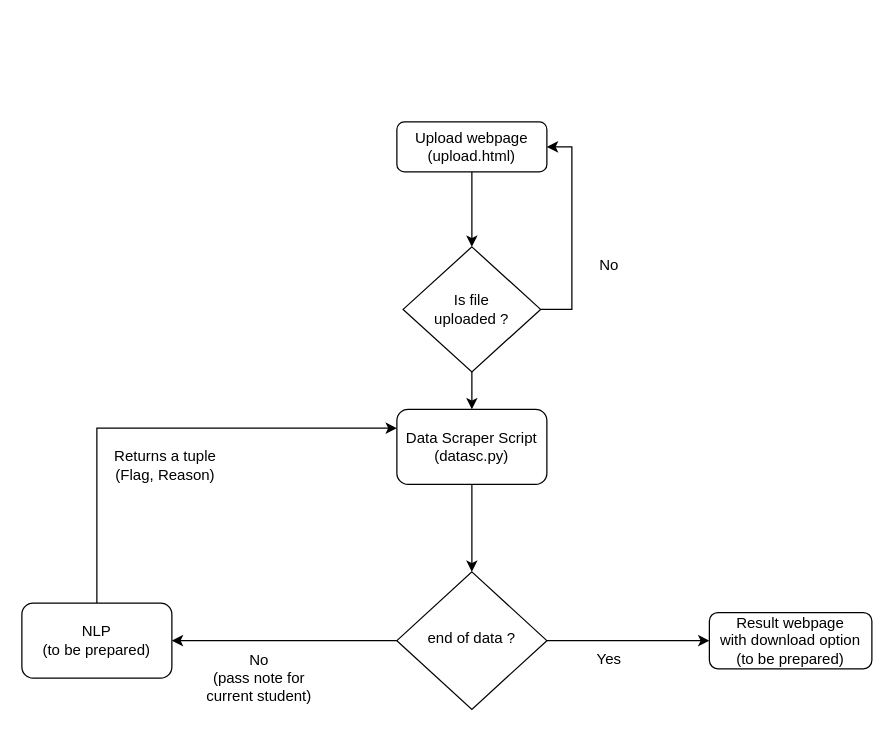
Above: Untitled Diagram.drawio in tirth2000p/pandas (draw.io), before the change. Source tidied: cells renumbered, new cells numbered last; positions are measured from the earlier drawing's top-left corner, leaving out a move shared by most shapes. Both pictures are drawn from the tidied source at 125%, with x=0, y=0 at pixel (21, 121).
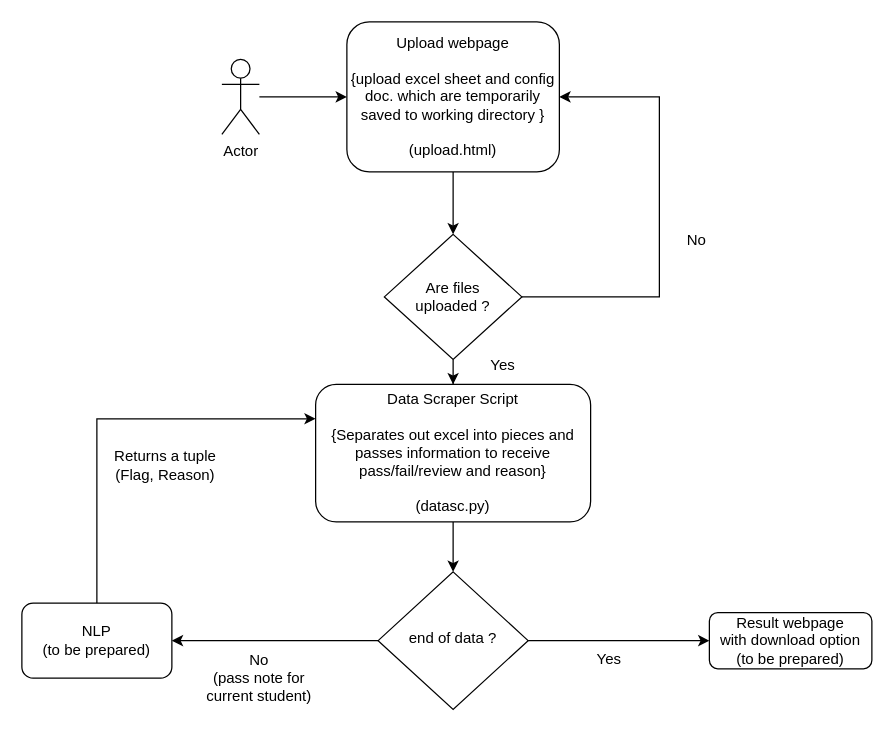
The same page after the edit.

The change refers to these unchanged cells:
```xml
<mxCell id="16" value="NLP&lt;br&gt;(to be prepared)" style="rounded=1;whiteSpace=wrap;html=1;" parent="1" vertex="1">
  <mxGeometry y="385" width="120" height="60" as="geometry" />
</mxCell>
```

The edit, as a diff of the source:
```diff
@@
-    <mxCell id="3" value="Upload webpage&lt;br&gt;(upload.html)" style="rounded=1;whiteSpace=wrap;html=1;fontSize=12;glass=0;strokeWidth=1;shadow=0;" parent="1" vertex="1">
-      <mxGeometry x="300" width="120" height="40" as="geometry" />
+    <mxCell id="3" value="Upload webpage&lt;br&gt;&lt;br&gt;{upload excel sheet and config doc. which are temporarily saved to working directory }&lt;br&gt;&lt;br&gt;(upload.html)" style="rounded=1;whiteSpace=wrap;html=1;fontSize=12;glass=0;strokeWidth=1;shadow=0;" parent="1" vertex="1">
+      <mxGeometry x="260" y="-80" width="170" height="120" as="geometry" />
     </mxCell>
@@
     <mxCell id="6" value="end of data ?" style="rhombus;whiteSpace=wrap;html=1;shadow=0;fontFamily=Helvetica;fontSize=12;align=center;strokeWidth=1;spacing=6;spacingTop=-4;" parent="1" vertex="1">
-      <mxGeometry x="300" y="360" width="120" height="110" as="geometry" />
+      <mxGeometry x="285" y="360" width="120" height="110" as="geometry" />
     </mxCell>
@@
+    <mxCell id="9" style="edgeStyle=orthogonalEdgeStyle;rounded=0;jettySize=auto;html=1;entryX=0.5;entryY=0;entryDx=0;entryDy=0;" parent="1" edge="1" source="10" target="13">
+      <mxGeometry relative="1" as="geometry" />
+    </mxCell>
     <mxCell id="8" style="edgeStyle=orthogonalEdgeStyle;rounded=0;jettySize=auto;html=1;entryX=1;entryY=0.5;entryDx=0;entryDy=0;" parent="1" edge="1" source="10" target="3">
       <mxGeometry relative="1" as="geometry">
         <Array as="points">
-          <mxPoint x="440" y="150" />
-          <mxPoint x="440" y="20" />
+          <mxPoint x="510" y="140" />
+          <mxPoint x="510" y="-20" />
         </Array>
       </mxGeometry>
     </mxCell>
-    <mxCell id="9" style="edgeStyle=orthogonalEdgeStyle;rounded=0;jettySize=auto;html=1;entryX=0.5;entryY=0;entryDx=0;entryDy=0;" parent="1" edge="1" source="10" target="13">
-      <mxGeometry relative="1" as="geometry" />
-    </mxCell>
-    <mxCell id="10" value="Is file &lt;br&gt;uploaded ?" style="rhombus;whiteSpace=wrap;html=1;" parent="1" vertex="1">
-      <mxGeometry x="305" y="100" width="110" height="100" as="geometry" />
+    <mxCell id="10" value="Are files&lt;br&gt;uploaded ?" style="rhombus;whiteSpace=wrap;html=1;" parent="1" vertex="1">
+      <mxGeometry x="290" y="90" width="110" height="100" as="geometry" />
     </mxCell>
     <mxCell id="11" value="No" style="text;html=1;strokeColor=none;fillColor=none;align=center;verticalAlign=middle;whiteSpace=wrap;rounded=0;" parent="1" vertex="1">
-      <mxGeometry x="440" y="100" width="60" height="30" as="geometry" />
+      <mxGeometry x="510" y="80" width="60" height="30" as="geometry" />
     </mxCell>
     <mxCell id="12" style="edgeStyle=orthogonalEdgeStyle;rounded=0;jettySize=auto;html=1;" parent="1" edge="1" source="13" target="6">
-      <mxGeometry relative="1" as="geometry" />
+      <mxGeometry relative="1" as="geometry">
+        <Array as="points">
+          <mxPoint x="360" y="320" />
+          <mxPoint x="360" y="320" />
+        </Array>
+      </mxGeometry>
     </mxCell>
-    <mxCell id="13" value="Data Scraper Script&lt;br&gt;(datasc.py)" style="rounded=1;whiteSpace=wrap;html=1;" parent="1" vertex="1">
-      <mxGeometry x="300" y="230" width="120" height="60" as="geometry" />
+    <mxCell id="13" value="Data Scraper Script&lt;br&gt;&lt;br&gt;{Separates out excel into pieces and passes information to receive pass/fail/review and reason}&lt;br&gt;&lt;br&gt;(datasc.py)" style="rounded=1;whiteSpace=wrap;html=1;" parent="1" vertex="1">
+      <mxGeometry x="235" y="210" width="220" height="110" as="geometry" />
     </mxCell>
@@
     <mxCell id="15" style="edgeStyle=orthogonalEdgeStyle;rounded=0;jettySize=auto;html=1;entryX=0;entryY=0.25;entryDx=0;entryDy=0;" parent="1" edge="1" source="16" target="13">
       <mxGeometry relative="1" as="geometry">
         <Array as="points">
-          <mxPoint x="60" y="245" />
+          <mxPoint x="60" y="238" />
         </Array>
       </mxGeometry>
     </mxCell>
@@
+    <mxCell id="19" style="edgeStyle=orthogonalEdgeStyle;rounded=0;jettySize=auto;html=1;entryX=0;entryY=0.5;entryDx=0;entryDy=0;" parent="1" edge="1" source="20" target="3">
+      <mxGeometry relative="1" as="geometry" />
+    </mxCell>
+    <mxCell id="20" value="Actor" style="shape=umlActor;verticalLabelPosition=bottom;verticalAlign=top;html=1;outlineConnect=0;" parent="1" vertex="1">
+      <mxGeometry x="160" y="-50" width="30" height="60" as="geometry" />
+    </mxCell>
+    <mxCell id="21" value="Yes" style="text;html=1;strokeColor=none;fillColor=none;align=center;verticalAlign=middle;whiteSpace=wrap;rounded=0;" parent="1" vertex="1">
+      <mxGeometry x="355" y="180" width="60" height="30" as="geometry" />
+    </mxCell>
```
